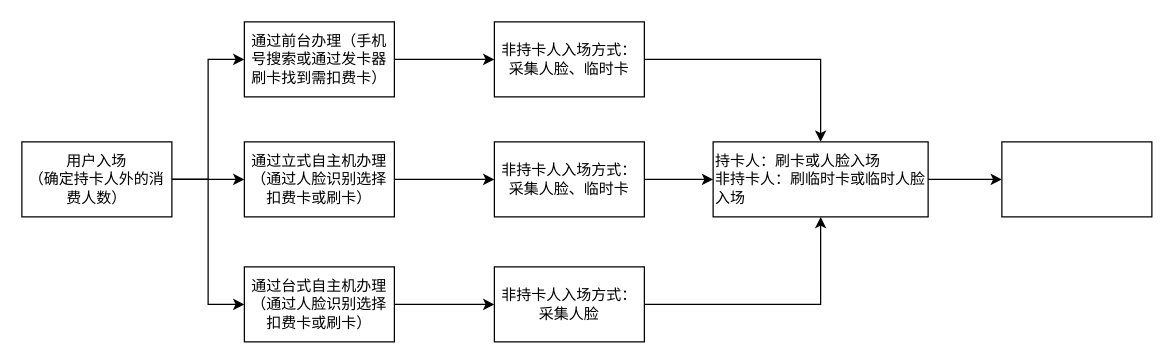
Above: projects/1.体育场馆/多人单卡流程.drawio in lxChina/flowFile (draw.io), before the change. Source tidied: cells renumbered, new cells numbered last; positions are measured from the earlier drawing's top-left corner, leaving out a move shared by most shapes. Both pictures are drawn from the tidied source at 125%, with x=0, y=0 at pixel (21, 21).
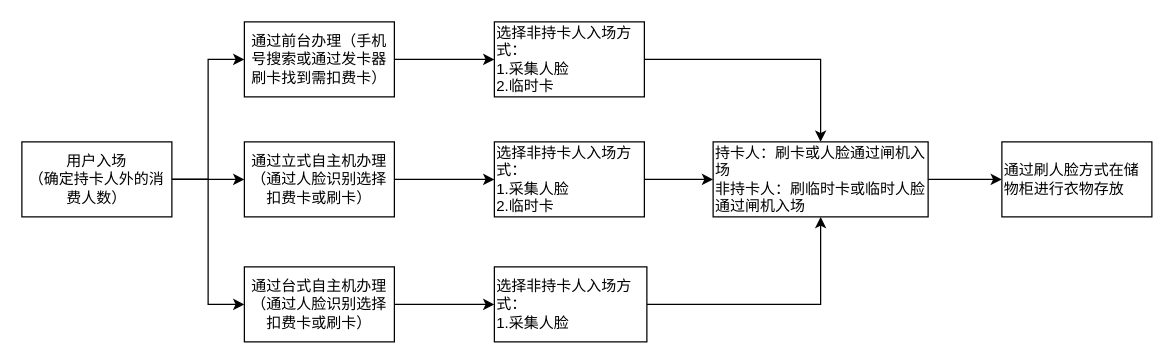
The same page after the edit.

Commit message (it also covers changes not shown here):
更新多人单卡流程.drawio

Diff of the diagram source:
```diff
@@
-    <mxCell id="13" value="非持卡人入场方式：采集人脸、临时卡" style="whiteSpace=wrap;html=1;rounded=0;" parent="1" vertex="1">
+    <mxCell id="13" value="&lt;div style=&quot;&quot;&gt;&lt;span style=&quot;background-color: initial;&quot;&gt;选择非持卡人入场方式：&lt;/span&gt;&lt;/div&gt;1.采集人脸&lt;br&gt;2.临时卡" style="whiteSpace=wrap;html=1;rounded=0;align=left;" parent="1" vertex="1">
       <mxGeometry x="378" width="120" height="60" as="geometry" />
     </mxCell>
@@
-    <mxCell id="15" value="非持卡人入场方式：采集人脸、临时卡" style="whiteSpace=wrap;html=1;rounded=0;" parent="1" vertex="1">
+    <mxCell id="15" value="&lt;div style=&quot;border-color: var(--border-color);&quot;&gt;选择非持卡人入场方式：&lt;/div&gt;&lt;span style=&quot;&quot;&gt;1.采集人脸&lt;/span&gt;&lt;br style=&quot;border-color: var(--border-color);&quot;&gt;&lt;span style=&quot;&quot;&gt;2.临时卡&lt;/span&gt;" style="whiteSpace=wrap;html=1;rounded=0;align=left;" parent="1" vertex="1">
       <mxGeometry x="378" y="96" width="120" height="60" as="geometry" />
     </mxCell>
@@
-    <mxCell id="17" value="非持卡人入场方式：采集人脸" style="whiteSpace=wrap;html=1;rounded=0;" parent="1" vertex="1">
-      <mxGeometry x="378" y="196" width="120" height="60" as="geometry" />
+    <mxCell id="17" value="&lt;div style=&quot;border-color: var(--border-color);&quot;&gt;选择非持卡人入场方式：&lt;/div&gt;&lt;span style=&quot;&quot;&gt;1.采集人脸&lt;/span&gt;" style="whiteSpace=wrap;html=1;rounded=0;align=left;" parent="1" vertex="1">
+      <mxGeometry x="378" y="196" width="122" height="60" as="geometry" />
     </mxCell>
@@
-    <mxCell id="19" value="&lt;div style=&quot;&quot;&gt;&lt;span style=&quot;background-color: initial;&quot;&gt;持卡人：刷卡或人脸入场&lt;/span&gt;&lt;/div&gt;&lt;div style=&quot;&quot;&gt;&lt;span style=&quot;background-color: initial;&quot;&gt;非持卡人：刷临时卡或临时人脸入场&lt;/span&gt;&lt;/div&gt;" style="whiteSpace=wrap;html=1;rounded=0;align=left;" parent="1" vertex="1">
+    <mxCell id="19" value="&lt;div style=&quot;&quot;&gt;&lt;span style=&quot;background-color: initial;&quot;&gt;持卡人：刷卡或人脸通过闸机入场&lt;/span&gt;&lt;/div&gt;&lt;div style=&quot;&quot;&gt;&lt;span style=&quot;background-color: initial;&quot;&gt;非持卡人：刷临时卡或临时人脸通过闸机入场&lt;/span&gt;&lt;/div&gt;" style="whiteSpace=wrap;html=1;rounded=0;align=left;" parent="1" vertex="1">
       <mxGeometry x="553" y="96" width="172" height="60" as="geometry" />
     </mxCell>
-    <mxCell id="20" style="whiteSpace=wrap;html=1;align=left;rounded=0;" parent="1" vertex="1">
+    <mxCell id="20" value="通过刷人脸方式在储物柜进行衣物存放" style="whiteSpace=wrap;html=1;align=left;rounded=0;" parent="1" vertex="1">
       <mxGeometry x="784" y="96" width="120" height="60" as="geometry" />
     </mxCell>
```
